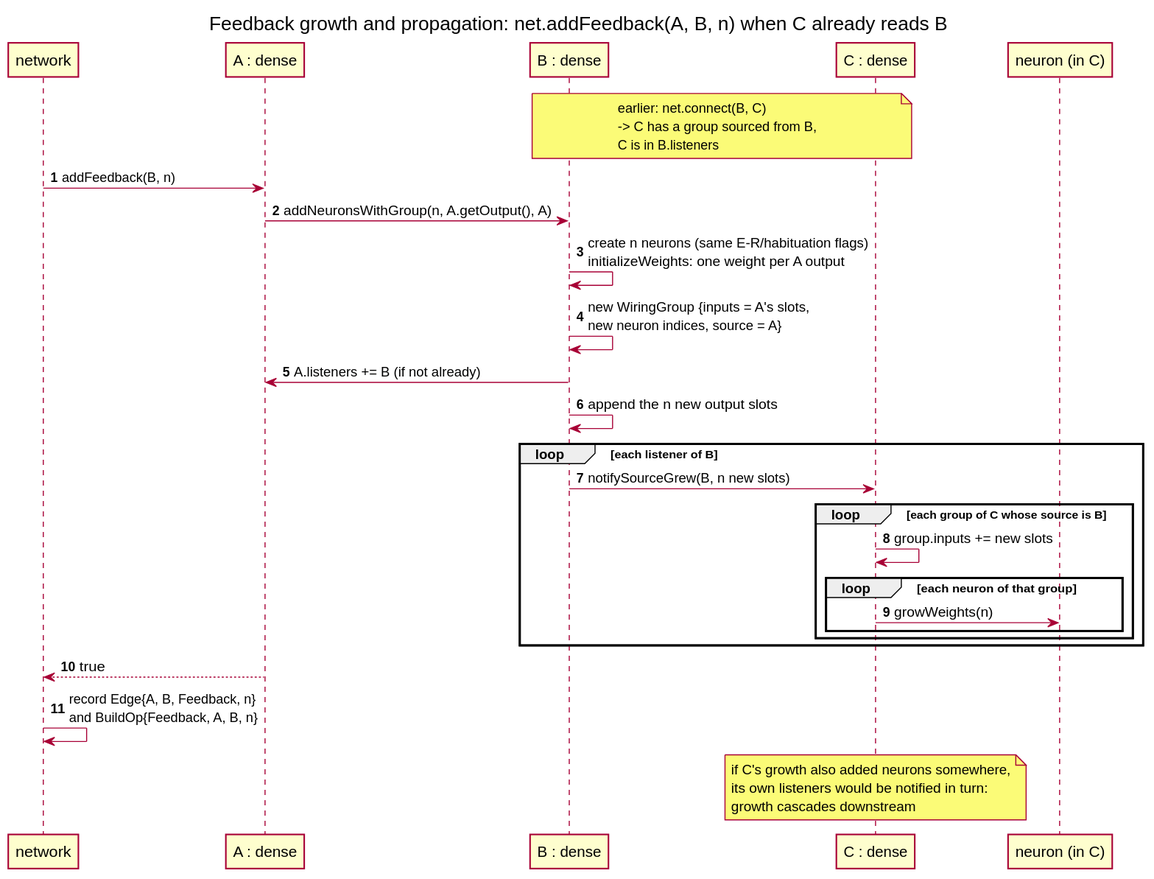
Before: doc/diagrams/sequence_growth.svg, a diagram exported from PlantUML (arielkonopka/exRelaxer).
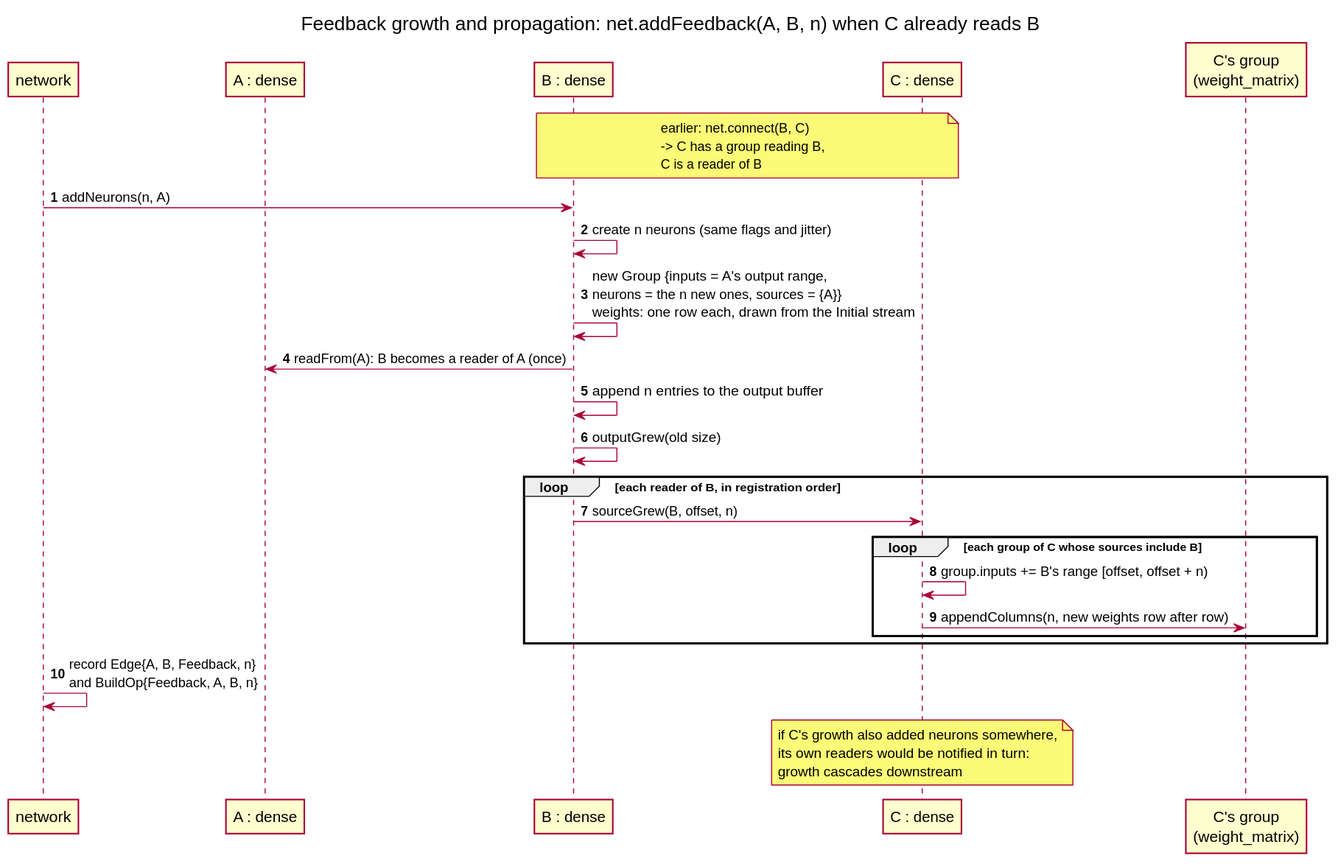
After the commit.

Change to the diagram source:
```diff
@@ -9,33 +9,30 @@
 participant "A : dense" as A
 participant "B : dense" as B
 participant "C : dense" as C
-participant "neuron (in C)" as CN
+participant "C's group\n(weight_matrix)" as CW
 
-note over B, C : earlier: net.connect(B, C)\n-> C has a group sourced from B,\nC is in B.listeners
+note over B, C : earlier: net.connect(B, C)\n-> C has a group reading B,\nC is a reader of B
 
-network -> A : addFeedback(B, n)
-A -> B : addNeuronsWithGroup(n, A.getOutput(), A)
-B -> B : create n neurons (same E-R/habituation flags)\ninitializeWeights: one weight per A output
-B -> B : new WiringGroup {inputs = A's slots,\nnew neuron indices, source = A}
-B -> A : A.listeners += B  (if not already)
-B -> B : append the n new output slots
+network -> B : addNeurons(n, A)
+B -> B : create n neurons (same flags and jitter)
+B -> B : new Group {inputs = A's output range,\nneurons = the n new ones, sources = {A}}\nweights: one row each, drawn from the Initial stream
+B -> A : readFrom(A): B becomes a reader of A (once)
+B -> B : append n entries to the output buffer
 
-loop each listener of B
-  B -> C : notifySourceGrew(B, n new slots)
-  loop each group of C whose source is B
-    C -> C : group.inputs += new slots
-    loop each neuron of that group
-      C -> CN : growWeights(n)
-    end
+B -> B : outputGrew(old size)
+loop each reader of B, in registration order
+  B -> C : sourceGrew(B, offset, n)
+  loop each group of C whose sources include B
+    C -> C : group.inputs += B's range [offset, offset + n)
+    C -> CW : appendColumns(n, new weights row after row)
   end
 end
 
-A --> network : true
 network -> network : record Edge{A, B, Feedback, n}\nand BuildOp{Feedback, A, B, n}
 
 note over C
   if C's growth also added neurons somewhere,
-  its own listeners would be notified in turn:
+  its own readers would be notified in turn:
   growth cascades downstream
 end note
 
```
